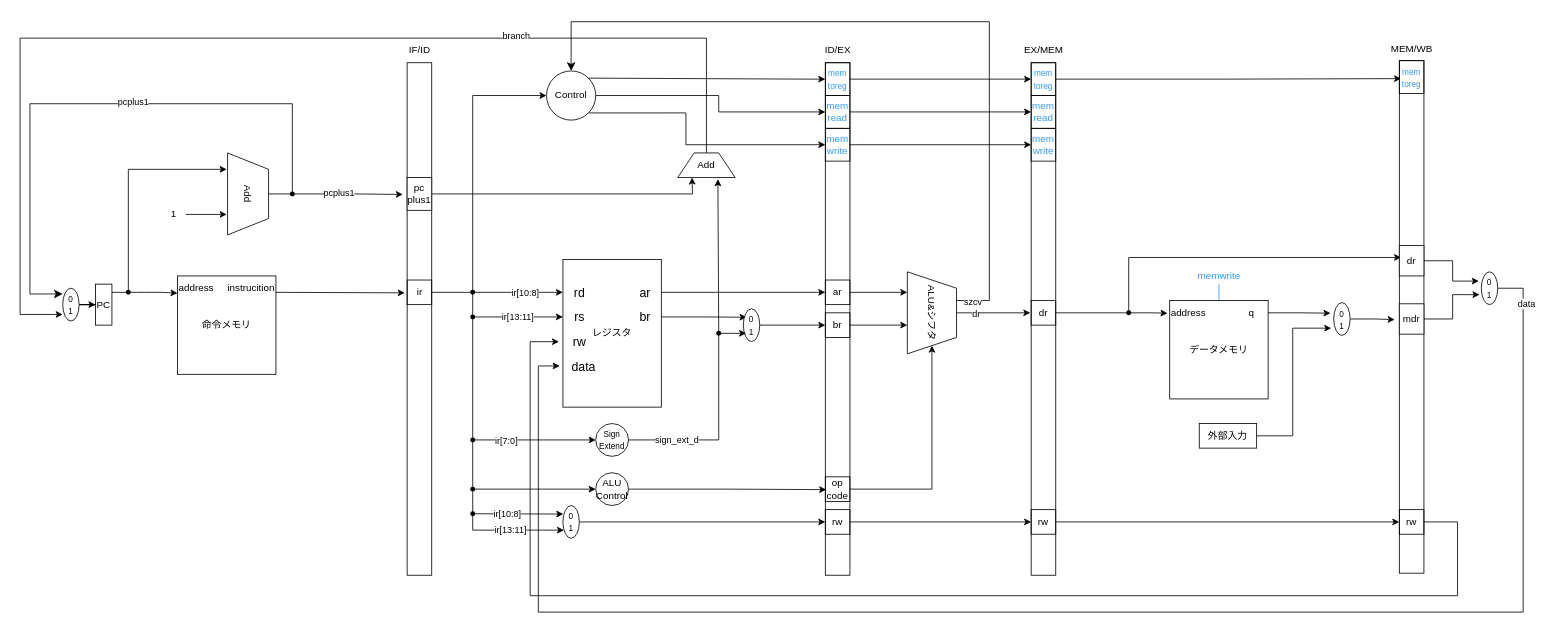
The draw.io diagram Screenshots/名称未設定ファイル.drawio in HirokiYasuda03/Quartus, before the edit. Source tidied: cells renumbered, new cells numbered last; positions are measured from the earlier drawing's top-left corner, leaving out a move shared by most shapes. Both pictures are drawn from the tidied source at 82%, with x=0, y=0 at pixel (20, 21).
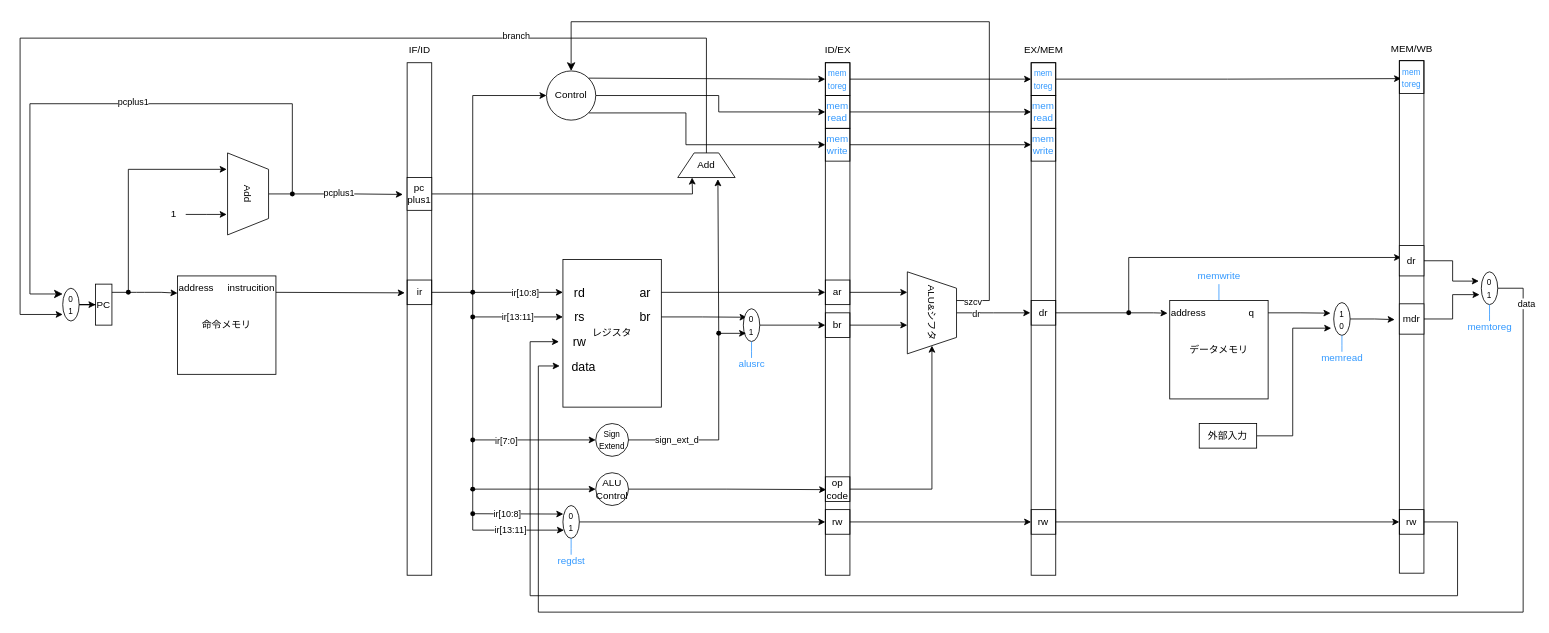
Above is the later version.

Commit message:
名称未設定ファイル.drawio を更新します

The edit, as a diff of the source:
```diff
@@
-    <mxCell id="110" value="&lt;font size=&quot;1&quot;&gt;0&lt;br&gt;1&lt;br&gt;&lt;/font&gt;" style="ellipse;whiteSpace=wrap;html=1;" parent="1" vertex="1">
+    <mxCell id="110" value="&lt;font size=&quot;1&quot;&gt;1&lt;br&gt;0&lt;br&gt;&lt;/font&gt;" style="ellipse;whiteSpace=wrap;html=1;" parent="1" vertex="1">
       <mxGeometry x="1602" y="342.5" width="20" height="40" as="geometry" />
     </mxCell>
@@
+    <mxCell id="128" style="endArrow=none;html=1;rounded=0;strokeColor=#3399FF;" parent="1" edge="1" source="130">
+      <mxGeometry relative="1" as="geometry">
+        <mxPoint x="672" y="630" as="targetPoint" />
+      </mxGeometry>
+    </mxCell>
+    <mxCell id="129" style="endArrow=none;html=1;rounded=0;strokeColor=#3399FF;" parent="1" edge="1" target="130">
+      <mxGeometry relative="1" as="geometry">
+        <mxPoint x="672" y="650" as="sourcePoint" />
+      </mxGeometry>
+    </mxCell>
+    <mxCell id="130" value="&lt;font color=&quot;#3399ff&quot;&gt;regdst&lt;/font&gt;" style="text;html=1;align=center;verticalAlign=middle;points=[];strokeColor=none;fillColor=none;" parent="1" vertex="1">
+      <mxGeometry x="642" y="642.5" width="60" height="30" as="geometry" />
+    </mxCell>
+    <mxCell id="131" style="endArrow=none;html=1;rounded=0;strokeColor=#3399FF;" parent="1" edge="1" source="133">
+      <mxGeometry relative="1" as="geometry">
+        <mxPoint x="892" y="390" as="targetPoint" />
+      </mxGeometry>
+    </mxCell>
+    <mxCell id="132" style="endArrow=none;html=1;rounded=0;strokeColor=#3399FF;" parent="1" edge="1" target="133">
+      <mxGeometry relative="1" as="geometry">
+        <mxPoint x="892" y="410" as="sourcePoint" />
+      </mxGeometry>
+    </mxCell>
+    <mxCell id="133" value="&lt;font color=&quot;#3399ff&quot;&gt;alusrc&lt;/font&gt;" style="text;html=1;align=center;verticalAlign=middle;points=[];strokeColor=none;fillColor=none;" parent="1" vertex="1">
+      <mxGeometry x="862" y="402.5" width="60" height="30" as="geometry" />
+    </mxCell>
+    <mxCell id="134" style="endArrow=none;html=1;rounded=0;strokeColor=#3399FF;" parent="1" edge="1" source="136">
+      <mxGeometry relative="1" as="geometry">
+        <mxPoint x="1612" y="382.5" as="targetPoint" />
+      </mxGeometry>
+    </mxCell>
+    <mxCell id="135" style="endArrow=none;html=1;rounded=0;strokeColor=#3399FF;" parent="1" edge="1" target="136">
+      <mxGeometry relative="1" as="geometry">
+        <mxPoint x="1612" y="402.5" as="sourcePoint" />
+      </mxGeometry>
+    </mxCell>
+    <mxCell id="136" value="&lt;font color=&quot;#3399ff&quot;&gt;memread&lt;/font&gt;" style="text;html=1;align=center;verticalAlign=middle;points=[];strokeColor=none;fillColor=none;" parent="1" vertex="1">
+      <mxGeometry x="1577" y="395" width="70" height="30" as="geometry" />
+    </mxCell>
+    <mxCell id="137" style="endArrow=none;html=1;rounded=0;strokeColor=#3399FF;" parent="1" edge="1" source="139">
+      <mxGeometry relative="1" as="geometry">
+        <mxPoint x="1792" y="345" as="targetPoint" />
+      </mxGeometry>
+    </mxCell>
+    <mxCell id="138" style="endArrow=none;html=1;rounded=0;strokeColor=#3399FF;" parent="1" edge="1" target="139">
+      <mxGeometry relative="1" as="geometry">
+        <mxPoint x="1792" y="365" as="sourcePoint" />
+      </mxGeometry>
+    </mxCell>
+    <mxCell id="139" value="&lt;font color=&quot;#3399ff&quot;&gt;memtoreg&lt;/font&gt;" style="text;html=1;align=center;verticalAlign=middle;points=[];strokeColor=none;fillColor=none;" parent="1" vertex="1">
+      <mxGeometry x="1752" y="357.5" width="80" height="30" as="geometry" />
+    </mxCell>
```
